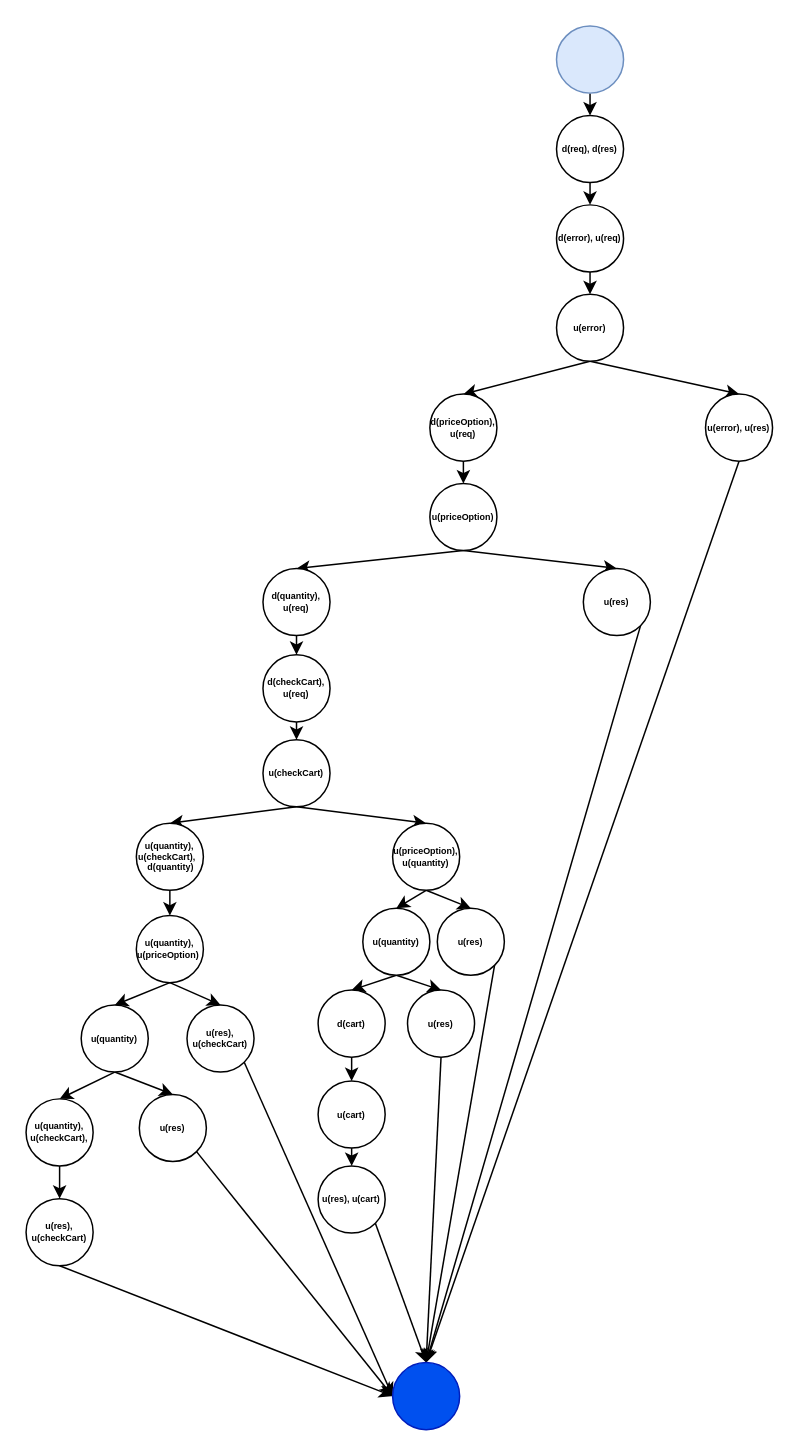
toantrungp999/toantrungp999 keeps this draw.io diagram as Untitled Diagram.drawio. Above is the earlier version. Source tidied: cells renumbered, new cells numbered last; positions are measured from the earlier drawing's top-left corner, leaving out a move shared by most shapes. Both pictures are drawn from the tidied source at 149%, with x=0, y=0 at pixel (25, 25).
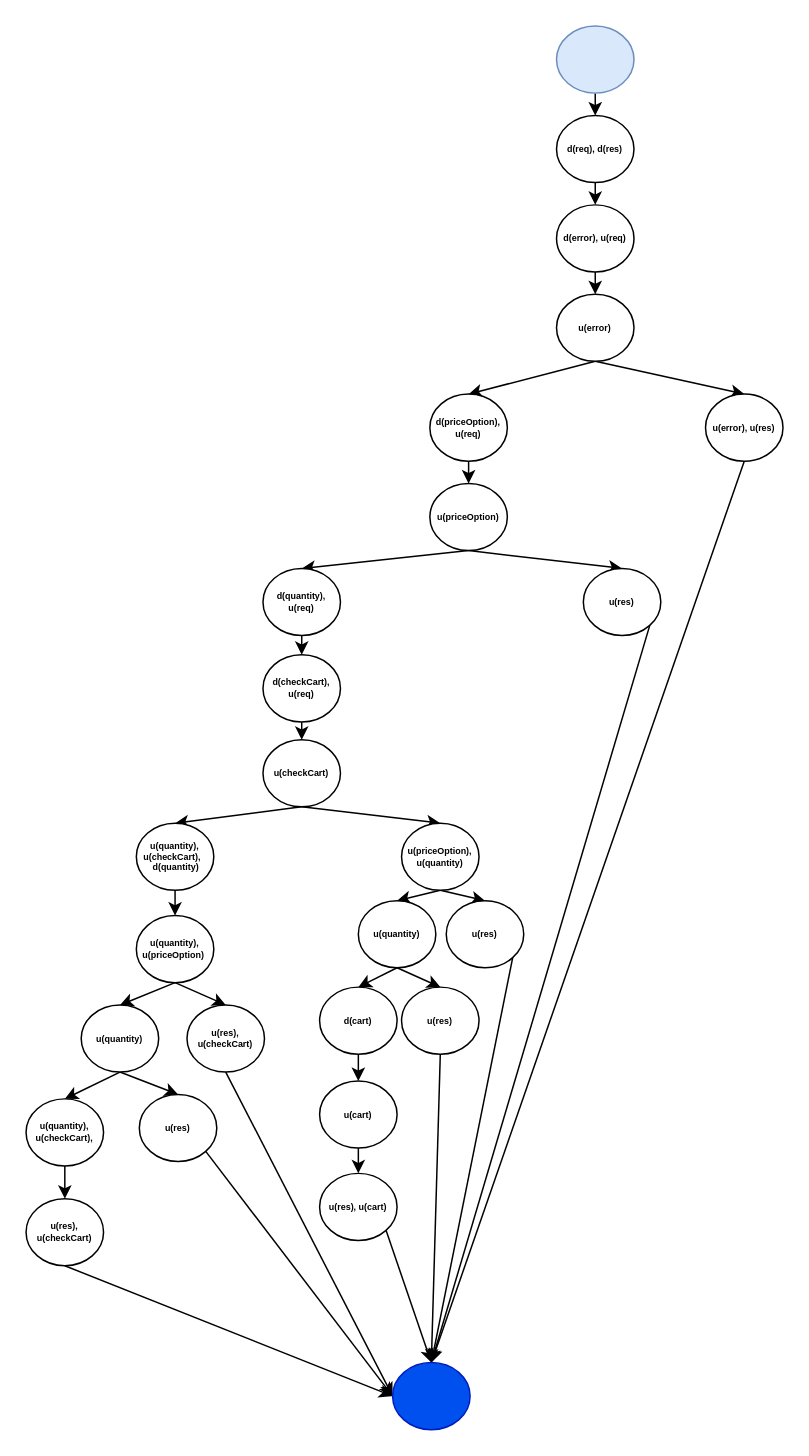
The same page after the edit.

Diff of the diagram source:
```diff
@@
     <mxCell id="3" style="ellipse;whiteSpace=wrap;html=1;labelBackgroundColor=none;fillColor=#dae8fc;strokeColor=#6c8ebf;sketch=0;verticalAlign=middle;fontSize=6;fontStyle=1;shadow=0;" parent="1" vertex="1">
-      <mxGeometry x="356" width="45" height="45" as="geometry" />
+      <mxGeometry x="356" width="52" height="45" as="geometry" />
     </mxCell>
@@
     <mxCell id="6" value="u(error)" style="ellipse;whiteSpace=wrap;html=1;verticalAlign=middle;fontSize=6;strokeWidth=1;fontStyle=1;" parent="1" vertex="1">
-      <mxGeometry x="356" y="180" width="45" height="45" as="geometry" />
+      <mxGeometry x="356" y="180" width="52" height="45" as="geometry" />
     </mxCell>
@@
     <mxCell id="8" value="d(req), d(res)" style="ellipse;whiteSpace=wrap;html=1;verticalAlign=middle;fontSize=6;fontStyle=1;" parent="1" vertex="1">
-      <mxGeometry x="356" y="60" width="45" height="45" as="geometry" />
+      <mxGeometry x="356" y="60" width="52" height="45" as="geometry" />
     </mxCell>
@@
     <mxCell id="10" value="d(priceOption), u(req)" style="ellipse;whiteSpace=wrap;html=1;verticalAlign=middle;fontSize=6;fontStyle=1;" parent="1" vertex="1">
-      <mxGeometry x="271" y="247" width="45" height="45" as="geometry" />
+      <mxGeometry x="271" y="247" width="52" height="45" as="geometry" />
     </mxCell>
@@
     <mxCell id="12" value="u(error), u(res)" style="ellipse;whiteSpace=wrap;html=1;verticalAlign=middle;fontSize=6;fontStyle=1;" parent="1" vertex="1">
-      <mxGeometry x="456" y="247" width="45" height="45" as="geometry" />
+      <mxGeometry x="456" y="247" width="52" height="45" as="geometry" />
     </mxCell>
@@
     <mxCell id="15" value="u(priceOption)" style="ellipse;whiteSpace=wrap;html=1;verticalAlign=middle;fontSize=6;fontStyle=1;" parent="1" vertex="1">
-      <mxGeometry x="271" y="307" width="45" height="45" as="geometry" />
+      <mxGeometry x="271" y="307" width="52" height="45" as="geometry" />
     </mxCell>
@@
     <mxCell id="17" value="u(res)" style="ellipse;whiteSpace=wrap;html=1;verticalAlign=middle;fontSize=6;fontStyle=1;" parent="1" vertex="1">
-      <mxGeometry x="374" y="364" width="45" height="45" as="geometry" />
+      <mxGeometry x="374" y="364" width="52" height="45" as="geometry" />
     </mxCell>
@@
     <mxCell id="19" value="d(quantity), u(req)" style="ellipse;whiteSpace=wrap;html=1;verticalAlign=middle;fontSize=6;fontStyle=1;" parent="1" vertex="1">
-      <mxGeometry x="159" y="364" width="45" height="45" as="geometry" />
+      <mxGeometry x="159" y="364" width="52" height="45" as="geometry" />
     </mxCell>
@@
     <mxCell id="21" value="d(checkCart), u(req)" style="ellipse;whiteSpace=wrap;html=1;verticalAlign=middle;fontSize=6;fontStyle=1;" parent="1" vertex="1">
-      <mxGeometry x="159" y="422" width="45" height="45" as="geometry" />
+      <mxGeometry x="159" y="422" width="52" height="45" as="geometry" />
     </mxCell>
@@
     <mxCell id="24" value="u(checkCart)" style="ellipse;whiteSpace=wrap;html=1;verticalAlign=middle;fontSize=6;fontStyle=1;" parent="1" vertex="1">
-      <mxGeometry x="159" y="479" width="45" height="45" as="geometry" />
+      <mxGeometry x="159" y="479" width="52" height="45" as="geometry" />
     </mxCell>
@@
     <mxCell id="26" value="u(quantity), u(checkCart),&amp;nbsp;&amp;nbsp;&lt;br style=&quot;font-size: 6px;&quot;&gt;&amp;nbsp;d(quantity)" style="ellipse;whiteSpace=wrap;html=1;verticalAlign=middle;fontSize=6;fontStyle=1;" parent="1" vertex="1">
-      <mxGeometry x="74" y="535" width="45" height="45" as="geometry" />
+      <mxGeometry x="74" y="535" width="52" height="45" as="geometry" />
     </mxCell>
@@
     <mxCell id="29" value="u(priceOption), u(quantity)" style="ellipse;whiteSpace=wrap;html=1;verticalAlign=middle;fontSize=6;fontStyle=1;" parent="1" vertex="1">
-      <mxGeometry x="246" y="535" width="45" height="45" as="geometry" />
+      <mxGeometry x="252" y="535" width="52" height="45" as="geometry" />
     </mxCell>
@@
     <mxCell id="31" value="u(res)" style="ellipse;whiteSpace=wrap;html=1;verticalAlign=middle;fontSize=6;fontStyle=1;" parent="1" vertex="1">
-      <mxGeometry x="276" y="592" width="45" height="45" as="geometry" />
+      <mxGeometry x="282" y="587" width="52" height="45" as="geometry" />
     </mxCell>
@@
     <mxCell id="34" value="u(quantity)" style="ellipse;whiteSpace=wrap;html=1;verticalAlign=middle;fontSize=6;fontStyle=1;" parent="1" vertex="1">
-      <mxGeometry x="226" y="592" width="45" height="45" as="geometry" />
+      <mxGeometry x="223" y="587" width="52" height="45" as="geometry" />
     </mxCell>
@@
     <mxCell id="36" value="u(res)" style="ellipse;whiteSpace=wrap;html=1;verticalAlign=middle;fontSize=6;fontStyle=1;" parent="1" vertex="1">
-      <mxGeometry x="256" y="647" width="45" height="45" as="geometry" />
+      <mxGeometry x="252" y="645" width="52" height="45" as="geometry" />
     </mxCell>
@@
     <mxCell id="38" value="d(cart)" style="ellipse;whiteSpace=wrap;html=1;verticalAlign=middle;fontSize=6;fontStyle=1;" parent="1" vertex="1">
-      <mxGeometry x="196" y="647" width="45" height="45" as="geometry" />
+      <mxGeometry x="197" y="645" width="52" height="45" as="geometry" />
     </mxCell>
@@
     <mxCell id="40" value="u(cart)" style="ellipse;whiteSpace=wrap;html=1;verticalAlign=middle;fontSize=6;fontStyle=1;" parent="1" vertex="1">
-      <mxGeometry x="196" y="708" width="45" height="45" as="geometry" />
+      <mxGeometry x="197" y="708" width="52" height="45" as="geometry" />
     </mxCell>
@@
     <mxCell id="42" value="u(res), u(cart)" style="ellipse;whiteSpace=wrap;html=1;verticalAlign=middle;fontSize=6;fontStyle=1;" parent="1" vertex="1">
-      <mxGeometry x="196" y="765" width="45" height="45" as="geometry" />
+      <mxGeometry x="197" y="770" width="52" height="45" as="geometry" />
     </mxCell>
@@
     <mxCell id="45" value="u(quantity), u(priceOption)&amp;nbsp;" style="ellipse;whiteSpace=wrap;html=1;verticalAlign=middle;fontSize=6;fontStyle=1;" parent="1" vertex="1">
-      <mxGeometry x="74" y="597" width="45" height="45" as="geometry" />
+      <mxGeometry x="74" y="597" width="52" height="45" as="geometry" />
     </mxCell>
-    <mxCell id="46" style="edgeStyle=none;rounded=0;jettySize=auto;html=1;exitX=1;exitY=1;exitDx=0;exitDy=0;entryX=0;entryY=0.5;entryDx=0;entryDy=0;verticalAlign=middle;fontSize=6;fontStyle=1;" parent="1" edge="1" source="47" target="57">
+    <mxCell id="46" style="edgeStyle=none;rounded=0;jettySize=auto;html=1;exitX=0.5;exitY=1;exitDx=0;exitDy=0;entryX=0;entryY=0.5;entryDx=0;entryDy=0;verticalAlign=middle;fontSize=6;fontStyle=1;" parent="1" edge="1" source="47" target="57">
       <mxGeometry relative="1" as="geometry" />
     </mxCell>
     <mxCell id="47" value="u(res), u(checkCart)" style="ellipse;whiteSpace=wrap;html=1;verticalAlign=middle;fontSize=6;fontStyle=1;" parent="1" vertex="1">
-      <mxGeometry x="108" y="657" width="45" height="45" as="geometry" />
+      <mxGeometry x="108" y="657" width="52" height="45" as="geometry" />
     </mxCell>
@@
     <mxCell id="50" value="u(quantity)" style="ellipse;whiteSpace=wrap;html=1;verticalAlign=middle;fontSize=6;fontStyle=1;" parent="1" vertex="1">
-      <mxGeometry x="37" y="657" width="45" height="45" as="geometry" />
+      <mxGeometry x="37" y="657" width="52" height="45" as="geometry" />
     </mxCell>
@@
     <mxCell id="52" value="u(res)" style="ellipse;whiteSpace=wrap;html=1;verticalAlign=middle;fontSize=6;fontStyle=1;" parent="1" vertex="1">
-      <mxGeometry x="76" y="717" width="45" height="45" as="geometry" />
+      <mxGeometry x="76" y="717" width="52" height="45" as="geometry" />
     </mxCell>
@@
     <mxCell id="54" value="u(quantity), u(checkCart)," style="ellipse;whiteSpace=wrap;html=1;verticalAlign=middle;fontSize=6;fontStyle=1;" parent="1" vertex="1">
-      <mxGeometry y="720" width="45" height="45" as="geometry" />
+      <mxGeometry y="720" width="52" height="45" as="geometry" />
     </mxCell>
@@
     <mxCell id="56" value="u(res), u(checkCart)" style="ellipse;whiteSpace=wrap;html=1;verticalAlign=middle;fontSize=6;fontStyle=1;" parent="1" vertex="1">
-      <mxGeometry y="787" width="45" height="45" as="geometry" />
+      <mxGeometry y="787" width="52" height="45" as="geometry" />
     </mxCell>
     <mxCell id="57" style="ellipse;whiteSpace=wrap;html=1;fillColor=#0050ef;strokeColor=#001DBC;fontColor=#ffffff;verticalAlign=middle;fontSize=6;fontStyle=1;" parent="1" vertex="1">
-      <mxGeometry x="246" y="897" width="45" height="45" as="geometry" />
+      <mxGeometry x="246" y="897" width="52" height="45" as="geometry" />
     </mxCell>
@@
     <mxCell id="60" value="d(error), u(req)" style="ellipse;whiteSpace=wrap;html=1;verticalAlign=middle;fontSize=6;fontStyle=1;" parent="1" vertex="1">
-      <mxGeometry x="356" y="120" width="45" height="45" as="geometry" />
+      <mxGeometry x="356" y="120" width="52" height="45" as="geometry" />
     </mxCell>
```
